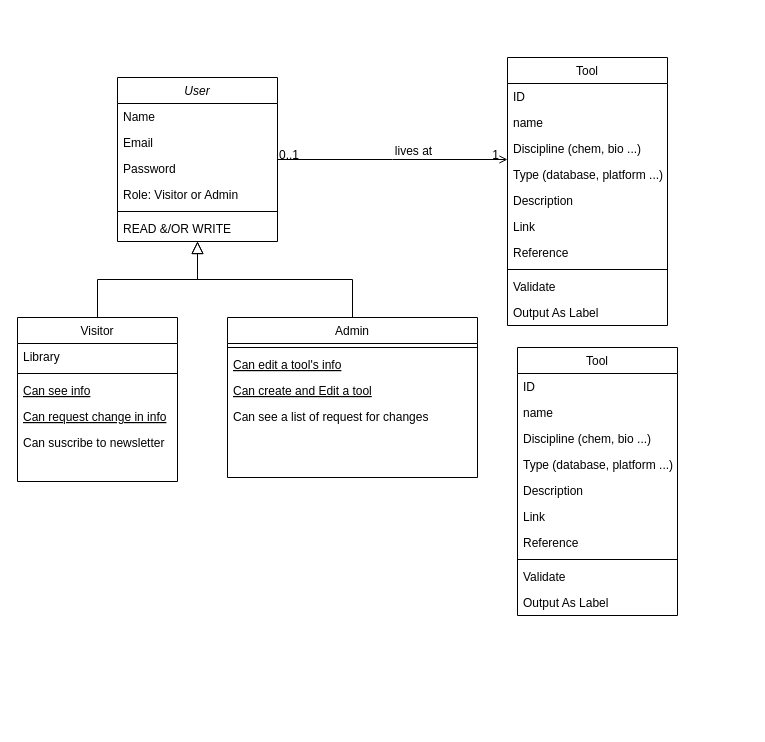
mr-nahash/cheminformatic-apps keeps this draw.io diagram as Untitled Diagram.drawio. Above is the earlier version. Source tidied: cells renumbered, new cells numbered last; positions are measured from the earlier drawing's top-left corner, leaving out a move shared by most shapes. Both pictures are drawn from the tidied source at 100%, with x=0, y=0 at pixel (17, 57).
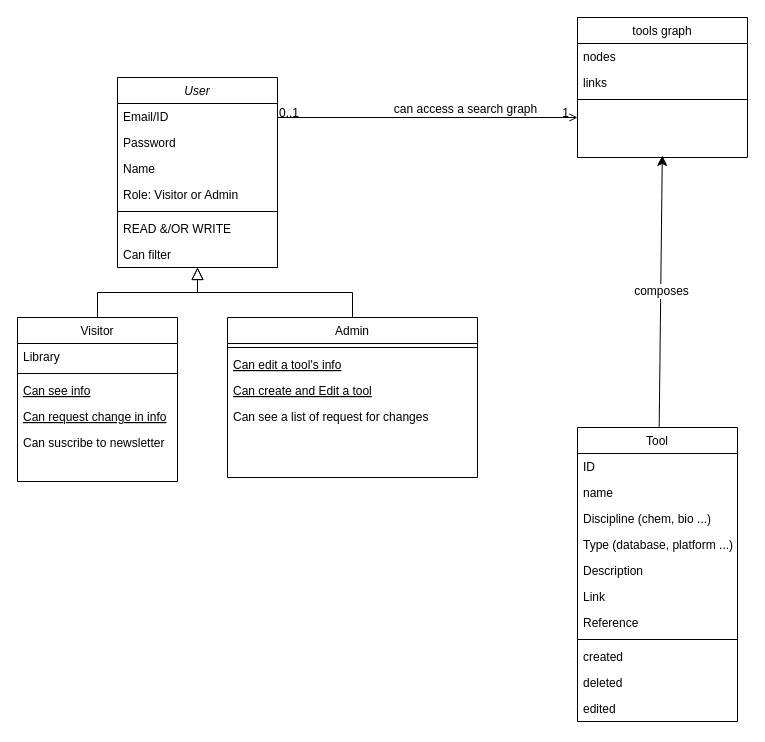
The same diagram, later.

Commit message (it also covers changes not shown here):
chem-connect class diagram.drawio

The change refers to these unchanged cells:
```xml
<mxCell id="33" style="endArrow=open;shadow=0;strokeWidth=1;rounded=0;curved=0;endFill=1;edgeStyle=elbowEdgeStyle;elbow=vertical;" parent="1" edge="1" source="2" target="22">
  <mxGeometry x="0.5" y="41" relative="1" as="geometry">
    <mxPoint x="-40" y="32" as="offset" />
  </mxGeometry>
</mxCell>
```

What changed in the source:
```diff
@@
     <mxCell id="2" value="User" style="swimlane;fontStyle=2;align=center;verticalAlign=top;horizontal=1;startSize=26;rounded=0;shadow=0;strokeWidth=1;" parent="1" vertex="1">
-      <mxGeometry x="100" y="20" width="160" height="164" as="geometry" />
+      <mxGeometry x="100" y="20" width="160" height="190" as="geometry" />
     </mxCell>
-    <mxCell id="3" value="Name" style="text;align=left;verticalAlign=top;spacingLeft=4;spacingRight=4;overflow=hidden;" parent="2" vertex="1">
-      <mxGeometry y="26" width="160" height="26" as="geometry" />
-    </mxCell>
-    <mxCell id="4" value="Email" style="text;align=left;verticalAlign=top;spacingLeft=4;spacingRight=4;overflow=hidden;rounded=0;shadow=0;html=0;" parent="2" vertex="1">
-      <mxGeometry y="52" width="160" height="26" as="geometry" />
+    <mxCell id="4" value="Email/ID" style="text;align=left;verticalAlign=top;spacingLeft=4;spacingRight=4;overflow=hidden;rounded=0;shadow=0;html=0;" parent="2" vertex="1">
+      <mxGeometry y="26" width="160" height="26" as="geometry" />
     </mxCell>
     <mxCell id="5" value="Password" style="text;align=left;verticalAlign=top;spacingLeft=4;spacingRight=4;overflow=hidden;rounded=0;shadow=0;html=0;" parent="2" vertex="1">
-      <mxGeometry y="78" width="160" height="26" as="geometry" />
+      <mxGeometry y="52" width="160" height="26" as="geometry" />
     </mxCell>
+    <mxCell id="3" value="Name" style="text;align=left;verticalAlign=top;spacingLeft=4;spacingRight=4;overflow=hidden;" parent="2" vertex="1">
+      <mxGeometry y="78" width="160" height="26" as="geometry" />
+    </mxCell>
@@
+    <mxCell id="48" value="Can filter" style="text;align=left;verticalAlign=top;spacingLeft=4;spacingRight=4;overflow=hidden;" parent="2" vertex="1">
+      <mxGeometry y="164" width="160" height="26" as="geometry" />
+    </mxCell>
@@
-    <mxCell id="22" value="Tool" style="swimlane;fontStyle=0;align=center;verticalAlign=top;horizontal=1;startSize=26;rounded=0;shadow=0;strokeWidth=1;" parent="1" vertex="1">
-      <mxGeometry x="490" width="160" height="268" as="geometry" />
+    <mxCell id="22" value="tools graph" style="swimlane;fontStyle=0;align=center;verticalAlign=top;horizontal=1;startSize=26;rounded=0;shadow=0;strokeWidth=1;" parent="1" vertex="1">
+      <mxGeometry x="560" y="-40" width="170" height="140" as="geometry" />
     </mxCell>
-    <mxCell id="23" value="ID" style="text;align=left;verticalAlign=top;spacingLeft=4;spacingRight=4;overflow=hidden;" parent="22" vertex="1">
-      <mxGeometry y="26" width="160" height="26" as="geometry" />
+    <mxCell id="23" value="nodes" style="text;align=left;verticalAlign=top;spacingLeft=4;spacingRight=4;overflow=hidden;" parent="22" vertex="1">
+      <mxGeometry y="26" width="170" height="26" as="geometry" />
     </mxCell>
-    <mxCell id="24" value="name" style="text;align=left;verticalAlign=top;spacingLeft=4;spacingRight=4;overflow=hidden;rounded=0;shadow=0;html=0;" parent="22" vertex="1">
-      <mxGeometry y="52" width="160" height="26" as="geometry" />
-    </mxCell>
-    <mxCell id="25" value="Discipline (chem, bio ...)" style="text;align=left;verticalAlign=top;spacingLeft=4;spacingRight=4;overflow=hidden;rounded=0;shadow=0;html=0;" parent="22" vertex="1">
-      <mxGeometry y="78" width="160" height="26" as="geometry" />
-    </mxCell>
-    <mxCell id="26" value="Type (database, platform ...)" style="text;align=left;verticalAlign=top;spacingLeft=4;spacingRight=4;overflow=hidden;rounded=0;shadow=0;html=0;" parent="22" vertex="1">
-      <mxGeometry y="104" width="160" height="26" as="geometry" />
-    </mxCell>
-    <mxCell id="27" value="Description" style="text;align=left;verticalAlign=top;spacingLeft=4;spacingRight=4;overflow=hidden;rounded=0;shadow=0;html=0;" parent="22" vertex="1">
-      <mxGeometry y="130" width="160" height="26" as="geometry" />
-    </mxCell>
-    <mxCell id="28" value="Link" style="text;align=left;verticalAlign=top;spacingLeft=4;spacingRight=4;overflow=hidden;rounded=0;shadow=0;html=0;" parent="22" vertex="1">
-      <mxGeometry y="156" width="160" height="26" as="geometry" />
-    </mxCell>
-    <mxCell id="29" value="Reference" style="text;align=left;verticalAlign=top;spacingLeft=4;spacingRight=4;overflow=hidden;rounded=0;shadow=0;html=0;" parent="22" vertex="1">
-      <mxGeometry y="182" width="160" height="26" as="geometry" />
+    <mxCell id="29" value="links" style="text;align=left;verticalAlign=top;spacingLeft=4;spacingRight=4;overflow=hidden;rounded=0;shadow=0;html=0;" parent="22" vertex="1">
+      <mxGeometry y="52" width="170" height="26" as="geometry" />
     </mxCell>
     <mxCell id="30" style="line;html=1;strokeWidth=1;align=left;verticalAlign=middle;spacingTop=-1;spacingLeft=3;spacingRight=3;labelPosition=right;" parent="22" vertex="1">
-      <mxGeometry y="208" width="160" height="8" as="geometry" />
+      <mxGeometry y="78" width="170" height="8" as="geometry" />
     </mxCell>
-    <mxCell id="31" value="Validate" style="text;align=left;verticalAlign=top;spacingLeft=4;spacingRight=4;overflow=hidden;" parent="22" vertex="1">
-      <mxGeometry y="216" width="160" height="26" as="geometry" />
-    </mxCell>
-    <mxCell id="32" value="Output As Label" style="text;align=left;verticalAlign=top;spacingLeft=4;spacingRight=4;overflow=hidden;" parent="22" vertex="1">
-      <mxGeometry y="242" width="160" height="26" as="geometry" />
-    </mxCell>
@@
-    <mxCell id="36" value="lives at" style="text;html=1;align=center;verticalAlign=middle;labelBackgroundColor=none;rounded=0;shadow=0;strokeWidth=1;fontSize=12;" parent="33" vertex="1">
+    <mxCell id="36" value="can access a search graph" style="text;html=1;align=center;verticalAlign=middle;labelBackgroundColor=none;rounded=0;shadow=0;strokeWidth=1;fontSize=12;" parent="33" vertex="1">
       <mxGeometry x="0.5" y="49" relative="1" as="geometry">
         <mxPoint x="-38" y="40" as="offset" />
       </mxGeometry>
     </mxCell>
+    <mxCell id="49" style="edgeStyle=none;curved=1;rounded=0;jettySize=auto;html=1;fontSize=12;startSize=8;endSize=8;" parent="1" edge="1" source="37">
+      <mxGeometry relative="1" as="geometry">
+        <mxPoint x="644.8" y="98" as="targetPoint" />
+      </mxGeometry>
+    </mxCell>
+    <mxCell id="50" value="composes" style="edgeLabel;html=1;align=center;verticalAlign=middle;fontSize=12;" parent="49" vertex="1">
+      <mxGeometry x="0.01" relative="1" as="geometry" />
+    </mxCell>
     <mxCell id="37" value="Tool" style="swimlane;fontStyle=0;align=center;verticalAlign=top;horizontal=1;startSize=26;rounded=0;shadow=0;strokeWidth=1;" parent="1" vertex="1">
-      <mxGeometry x="500" y="290" width="160" height="268" as="geometry" />
+      <mxGeometry x="560" y="370" width="160" height="294" as="geometry" />
     </mxCell>
@@
-    <mxCell id="46" value="Validate" style="text;align=left;verticalAlign=top;spacingLeft=4;spacingRight=4;overflow=hidden;" parent="37" vertex="1">
+    <mxCell id="46" value="created" style="text;align=left;verticalAlign=top;spacingLeft=4;spacingRight=4;overflow=hidden;" parent="37" vertex="1">
       <mxGeometry y="216" width="160" height="26" as="geometry" />
     </mxCell>
-    <mxCell id="47" value="Output As Label" style="text;align=left;verticalAlign=top;spacingLeft=4;spacingRight=4;overflow=hidden;" parent="37" vertex="1">
+    <mxCell id="47" value="deleted" style="text;align=left;verticalAlign=top;spacingLeft=4;spacingRight=4;overflow=hidden;" parent="37" vertex="1">
       <mxGeometry y="242" width="160" height="26" as="geometry" />
     </mxCell>
+    <mxCell id="51" value="edited" style="text;align=left;verticalAlign=top;spacingLeft=4;spacingRight=4;overflow=hidden;" parent="37" vertex="1">
+      <mxGeometry y="268" width="160" height="26" as="geometry" />
+    </mxCell>
```
